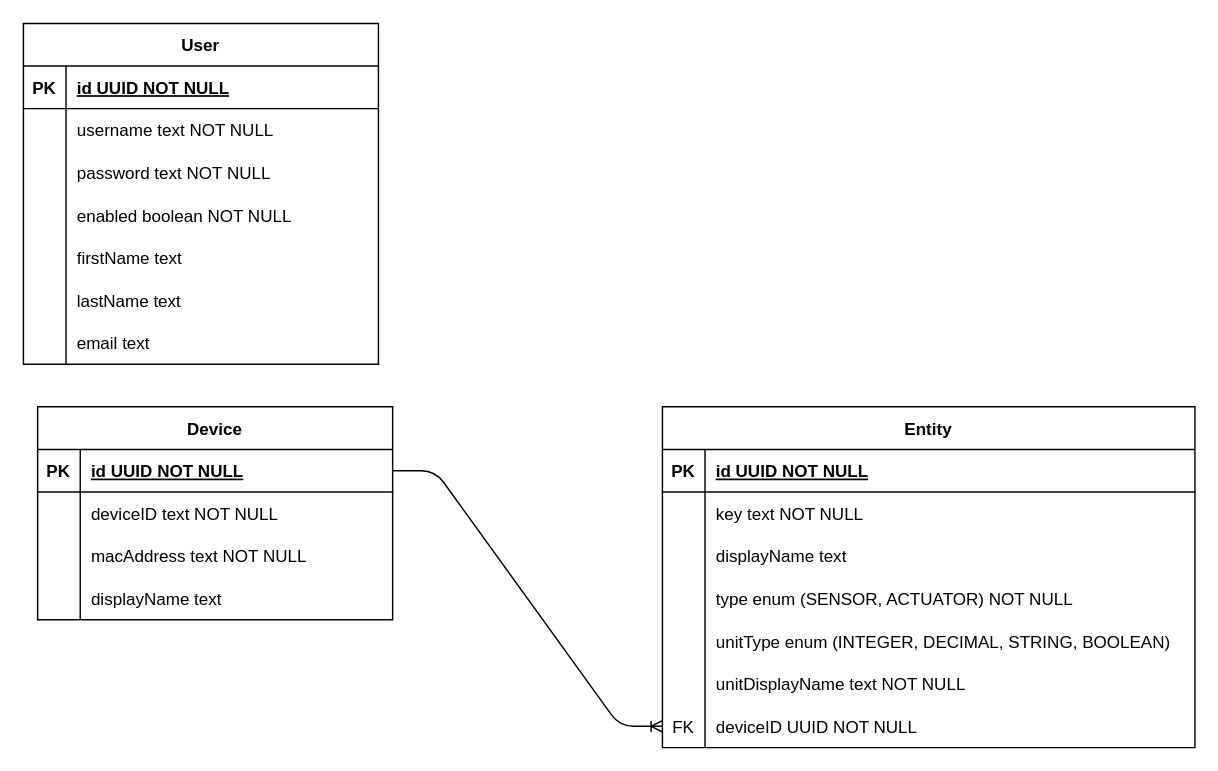
ThingooKNI/backend keeps this draw.io diagram as ERD.drawio. Above is the earlier version. Source tidied: cells renumbered, new cells numbered last; positions are measured from the earlier drawing's top-left corner, leaving out a move shared by most shapes. Both pictures are drawn from the tidied source at 142%, with x=0, y=0 at pixel (23, 23).
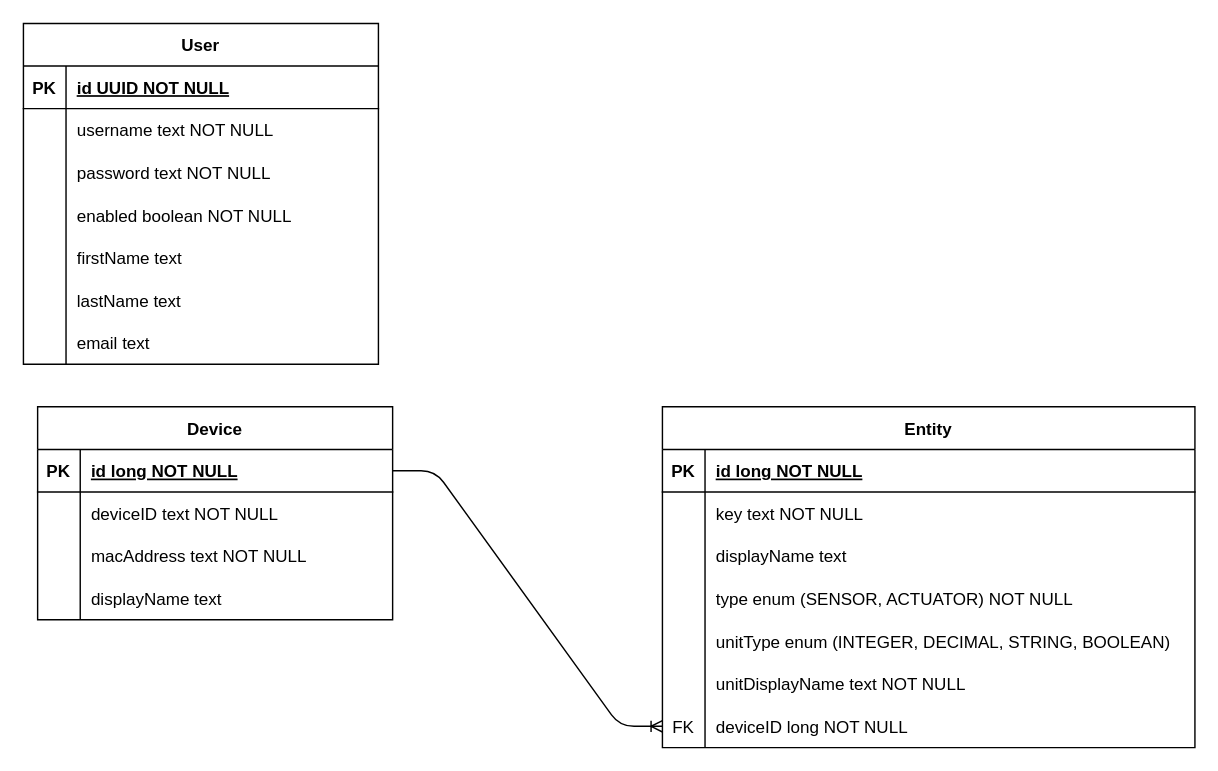
The same diagram, later.

Commit message:
Use long for Device and Entity id field

The change refers to these unchanged cells:
```xml
<mxCell id="25" style="shape=partialRectangle;fillColor=none;points=[[0,0.5],[1,0.5]];portConstraint=eastwest;top=0;left=0;right=0;bottom=1;" parent="24" vertex="1">
  <mxGeometry y="30" width="250" height="30" as="geometry" />
</mxCell>
<mxCell id="38" style="shape=partialRectangle;fillColor=none;top=0;left=0;right=0;bottom=1;" parent="37" vertex="1">
  <mxGeometry y="30" width="375" height="30" as="geometry" />
</mxCell>
<mxCell id="56" style="shape=partialRectangle;fillColor=none;points=[[0,0.5],[1,0.5]];portConstraint=eastwest;top=0;left=0;right=0;bottom=0;" parent="37" vertex="1">
  <mxGeometry y="210" width="375" height="30" as="geometry" />
</mxCell>
```

What changed in the source:
```diff
@@
-    <mxCell id="27" value="id UUID NOT NULL " style="shape=partialRectangle;overflow=hidden;fillColor=none;top=0;left=0;bottom=0;right=0;align=left;spacingLeft=6;fontStyle=5;" parent="25" vertex="1">
+    <mxCell id="27" value="id long NOT NULL " style="shape=partialRectangle;overflow=hidden;fillColor=none;top=0;left=0;bottom=0;right=0;align=left;spacingLeft=6;fontStyle=5;" parent="25" vertex="1">
       <mxGeometry x="30" width="220" height="30" as="geometry" />
     </mxCell>
@@
-    <mxCell id="40" value="id UUID NOT NULL " style="shape=partialRectangle;overflow=hidden;fillColor=none;top=0;left=0;bottom=0;right=0;align=left;spacingLeft=6;fontStyle=5;" parent="38" vertex="1">
+    <mxCell id="40" value="id long NOT NULL " style="shape=partialRectangle;overflow=hidden;fillColor=none;top=0;left=0;bottom=0;right=0;align=left;spacingLeft=6;fontStyle=5;" parent="38" vertex="1">
       <mxGeometry x="30" width="345" height="30" as="geometry" />
     </mxCell>
@@
-    <mxCell id="58" value="deviceID UUID NOT NULL" style="shape=partialRectangle;overflow=hidden;fillColor=none;top=0;left=0;bottom=0;right=0;align=left;spacingLeft=6;" parent="56" vertex="1">
+    <mxCell id="58" value="deviceID long NOT NULL" style="shape=partialRectangle;overflow=hidden;fillColor=none;top=0;left=0;bottom=0;right=0;align=left;spacingLeft=6;" parent="56" vertex="1">
       <mxGeometry x="30" width="345" height="30" as="geometry" />
     </mxCell>
```
